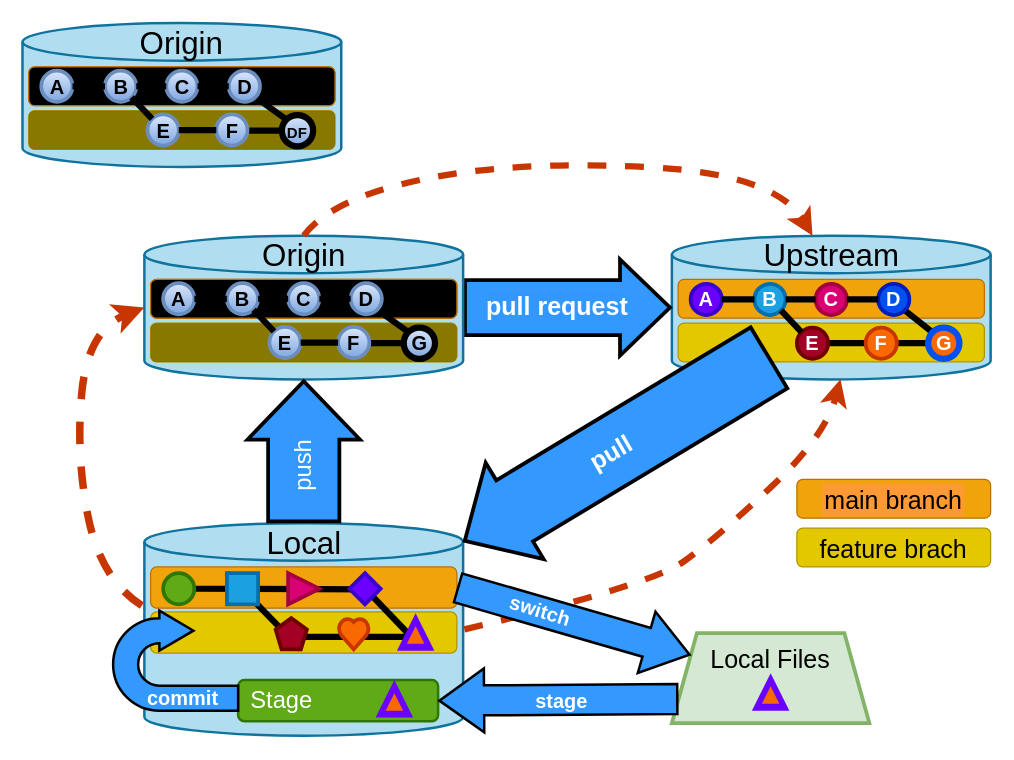
Earlier version of the draw.io diagram GitWorkflow.drawio (braughtg/GitKit-Diagrams-Test). Source tidied: cells renumbered, new cells numbered last; positions are measured from the earlier drawing's top-left corner, leaving out a move shared by most shapes. Both pictures are drawn from the tidied source at 125%, with x=0, y=0 at pixel (22, 22).
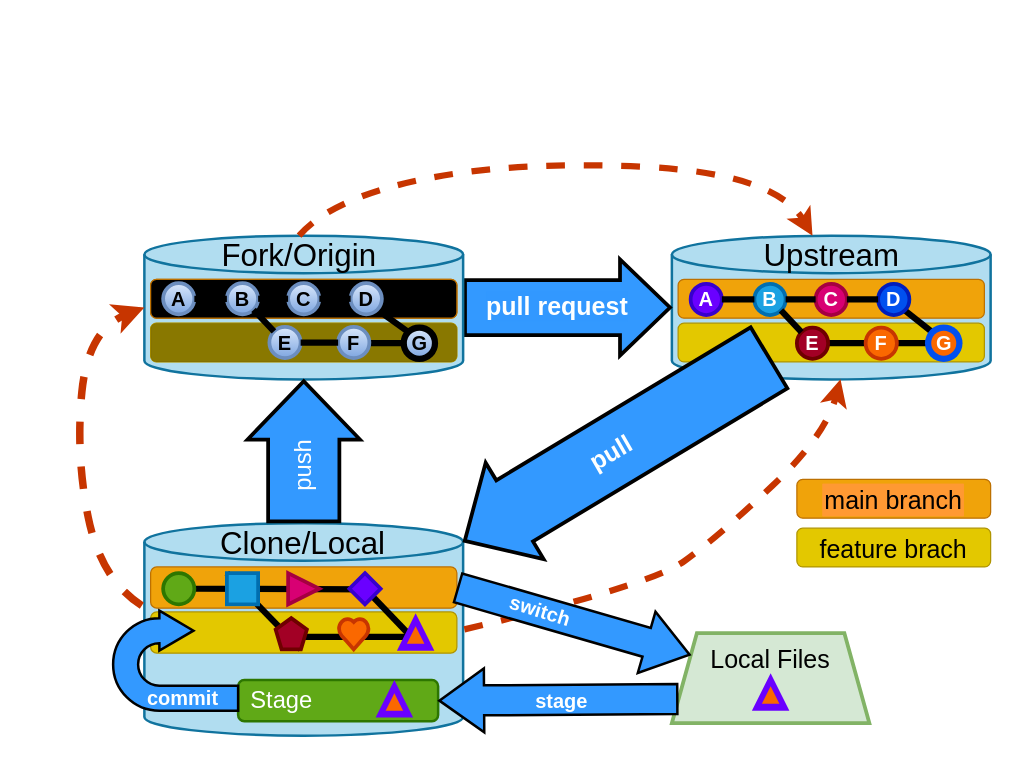
The same diagram, later.

Unchanged cells that the change refers to:
```xml
<mxCell id="24" style="shape=cylinder3;whiteSpace=wrap;html=1;boundedLbl=1;backgroundOutline=1;size=15;labelBackgroundColor=default;fillColor=#b1ddf0;strokeColor=#10739e;strokeWidth=2;" parent="1" vertex="1">
  <mxGeometry x="97" y="170" width="255" height="115" as="geometry" />
</mxCell>
```

What changed in the source:
```diff
@@
-    <mxCell id="44" value="Origin" style="text;html=1;whiteSpace=wrap;strokeColor=none;fillColor=none;align=center;verticalAlign=middle;rounded=0;fontSize=25;" parent="1" vertex="1">
-      <mxGeometry x="194.5" y="170" width="60" height="30" as="geometry" />
+    <mxCell id="44" value="Fork/Origin" style="text;html=1;whiteSpace=wrap;strokeColor=none;fillColor=none;align=center;verticalAlign=middle;rounded=0;fontSize=25;" parent="1" vertex="1">
+      <mxGeometry x="132" y="170" width="177.5" height="30" as="geometry" />
     </mxCell>
@@
-    <mxCell id="46" value="Local" style="text;html=1;whiteSpace=wrap;strokeColor=none;fillColor=none;align=center;verticalAlign=middle;rounded=0;fontSize=25;" parent="1" vertex="1">
-      <mxGeometry x="194.5" y="400" width="60" height="30" as="geometry" />
-    </mxCell>
@@
-    <mxCell id="64" style="shape=flexArrow;endArrow=classic;html=1;rounded=0;fillColor=#3399FF;width=55;endSize=14.54;endWidth=30;fontSize=20;labelBackgroundColor=light-dark(#3298ff, #ededed);fontColor=light-dark(#feffff, #ededed);fontStyle=1;textDirection=vertical-lr;strokeWidth=3;entryX=0.5;entryY=1;entryDx=0;entryDy=0;entryPerimeter=0;exitX=0.5;exitY=0;exitDx=0;exitDy=0;" parent="1" edge="1" source="46" target="24">
+    <mxCell id="64" style="shape=flexArrow;endArrow=classic;html=1;rounded=0;fillColor=#3399FF;width=55;endSize=14.54;endWidth=30;fontSize=20;labelBackgroundColor=light-dark(#3298ff, #ededed);fontColor=light-dark(#feffff, #ededed);fontStyle=1;textDirection=vertical-lr;strokeWidth=3;entryX=0.5;entryY=1;entryDx=0;entryDy=0;entryPerimeter=0;exitX=0.5;exitY=0;exitDx=0;exitDy=0;" parent="1" edge="1" target="24">
       <mxGeometry x="-0.3" y="3" relative="1" as="geometry">
+        <mxPoint x="224.5" y="400" as="sourcePoint" />
         <mxPoint x="1" as="offset" />
       </mxGeometry>
     </mxCell>
@@
-    <mxCell id="84" style="shape=cylinder3;whiteSpace=wrap;html=1;boundedLbl=1;backgroundOutline=1;size=15;labelBackgroundColor=default;fillColor=#b1ddf0;strokeColor=#10739e;strokeWidth=2;" parent="1" vertex="1">
-      <mxGeometry x="-0.5" width="255" height="115" as="geometry" />
-    </mxCell>
-    <mxCell id="85" style="group;" parent="1" vertex="1">
-      <mxGeometry x="4.5" y="35" width="245" height="66" as="geometry" />
-    </mxCell>
-    <mxCell id="86" style="rounded=1;whiteSpace=wrap;html=1;labelBackgroundColor=#FF9933;labelBorderColor=#FF9933;fillColor=#e3c800;fontColor=#000000;strokeColor=#B09500;" parent="85" vertex="1">
-      <mxGeometry y="35" width="245" height="31" as="geometry" />
-    </mxCell>
-    <mxCell id="87" style="rounded=1;whiteSpace=wrap;html=1;labelBackgroundColor=#FF9933;labelBorderColor=#FF9933;fillColor=light-dark(#000000,#000000);fontColor=#000000;strokeColor=#B09500;fillStyle=zigzag-line;opacity=40;" parent="85" vertex="1">
-      <mxGeometry y="35" width="245" height="31" as="geometry" />
-    </mxCell>
-    <mxCell id="88" style="rounded=1;whiteSpace=wrap;html=1;labelBackgroundColor=#FF9933;labelBorderColor=#FF9933;fillColor=#f0a30a;fontColor=#000000;strokeColor=#BD7000;fillStyle=solid;" parent="85" vertex="1">
-      <mxGeometry width="245" height="31" as="geometry" />
-    </mxCell>
-    <mxCell id="89" style="rounded=1;whiteSpace=wrap;html=1;labelBackgroundColor=#FF9933;labelBorderColor=#FF9933;fillColor=light-dark(#000000,#000000);fontColor=#000000;strokeColor=#BD7000;fillStyle=cross-hatch;" parent="85" vertex="1">
-      <mxGeometry width="245" height="31" as="geometry" />
-    </mxCell>
-    <mxCell id="90" style="endArrow=none;html=1;rounded=0;spacing=2;strokeWidth=5;entryX=0;entryY=0;entryDx=0;entryDy=0;exitX=1;exitY=1;exitDx=0;exitDy=0;" parent="85" edge="1" source="95" target="103">
-      <mxGeometry relative="1" as="geometry" />
-    </mxCell>
-    <mxCell id="91" style="endArrow=none;html=1;rounded=0;spacing=2;strokeWidth=5;entryX=0;entryY=0.5;entryDx=0;entryDy=0;" parent="85" edge="1" target="103">
-      <mxGeometry relative="1" as="geometry">
-        <mxPoint x="175" y="51" as="sourcePoint" />
-      </mxGeometry>
-    </mxCell>
-    <mxCell id="92" value="A" style="ellipse;whiteSpace=wrap;html=1;fillColor=#dae8fc;fontSize=16;fontStyle=1;gradientColor=#7ea6e0;strokeColor=#6c8ebf;strokeWidth=3;" parent="85" vertex="1">
-      <mxGeometry x="10" y="3" width="25" height="25" as="geometry" />
-    </mxCell>
-    <mxCell id="93" value="B" style="ellipse;whiteSpace=wrap;html=1;fillColor=#dae8fc;fontSize=16;fontStyle=1;gradientColor=#7ea6e0;strokeColor=#6c8ebf;strokeWidth=3;" parent="85" vertex="1">
-      <mxGeometry x="61" y="3" width="25" height="25" as="geometry" />
-    </mxCell>
-    <mxCell id="94" value="C" style="ellipse;whiteSpace=wrap;html=1;fillColor=#dae8fc;fontSize=16;fontStyle=1;gradientColor=#7ea6e0;strokeColor=#6c8ebf;strokeWidth=3;" parent="85" vertex="1">
-      <mxGeometry x="110" y="3" width="25" height="25" as="geometry" />
-    </mxCell>
-    <mxCell id="95" value="D" style="ellipse;whiteSpace=wrap;html=1;fillColor=#dae8fc;fontSize=16;fontStyle=1;gradientColor=#7ea6e0;strokeColor=#6c8ebf;strokeWidth=3;" parent="85" vertex="1">
-      <mxGeometry x="160" y="3" width="25" height="25" as="geometry" />
-    </mxCell>
-    <mxCell id="96" style="endArrow=none;html=1;rounded=0;spacing=2;strokeWidth=5;entryX=0;entryY=0.5;entryDx=0;entryDy=0;exitX=1;exitY=0.5;exitDx=0;exitDy=0;" parent="85" edge="1" source="94" target="95">
-      <mxGeometry relative="1" as="geometry" />
-    </mxCell>
-    <mxCell id="97" style="endArrow=none;html=1;rounded=0;spacing=2;strokeWidth=5;entryX=0;entryY=0.5;entryDx=0;entryDy=0;exitX=1;exitY=0.5;exitDx=0;exitDy=0;" parent="85" edge="1" source="93" target="94">
-      <mxGeometry relative="1" as="geometry" />
-    </mxCell>
-    <mxCell id="98" style="endArrow=none;html=1;rounded=0;spacing=2;strokeWidth=5;entryX=0;entryY=0.5;entryDx=0;entryDy=0;exitX=1;exitY=0.5;exitDx=0;exitDy=0;" parent="85" edge="1" source="92" target="93">
-      <mxGeometry relative="1" as="geometry" />
-    </mxCell>
-    <mxCell id="99" value="E" style="ellipse;whiteSpace=wrap;html=1;fillColor=#dae8fc;fontSize=16;fontStyle=1;gradientColor=#7ea6e0;strokeColor=#6c8ebf;strokeWidth=3;" parent="85" vertex="1">
-      <mxGeometry x="95" y="38" width="25" height="25" as="geometry" />
-    </mxCell>
-    <mxCell id="100" style="endArrow=none;html=1;rounded=0;spacing=2;strokeWidth=5;entryX=0;entryY=0;entryDx=0;entryDy=0;exitX=1;exitY=1;exitDx=0;exitDy=0;" parent="85" edge="1" source="93" target="99">
-      <mxGeometry relative="1" as="geometry" />
-    </mxCell>
-    <mxCell id="101" value="F" style="ellipse;whiteSpace=wrap;html=1;fillColor=#dae8fc;fontSize=16;fontStyle=1;gradientColor=#7ea6e0;strokeColor=#6c8ebf;strokeWidth=3;" parent="85" vertex="1">
-      <mxGeometry x="150" y="38" width="25" height="25" as="geometry" />
-    </mxCell>
-    <mxCell id="102" style="endArrow=none;html=1;rounded=0;spacing=2;strokeWidth=5;entryX=0;entryY=0.5;entryDx=0;entryDy=0;exitX=1;exitY=0.5;exitDx=0;exitDy=0;" parent="85" edge="1" source="99" target="101">
-      <mxGeometry relative="1" as="geometry" />
-    </mxCell>
-    <mxCell id="103" value="&lt;font style=&quot;font-size: 12px;&quot;&gt;D&lt;/font&gt;&lt;font style=&quot;font-size: 12px;&quot;&gt;F&lt;/font&gt;" style="ellipse;whiteSpace=wrap;html=1;fillColor=#dae8fc;fontSize=16;fontStyle=1;gradientColor=#7ea6e0;strokeColor=default;strokeWidth=5;" parent="85" vertex="1">
-      <mxGeometry x="202.5" y="38.5" width="25" height="25" as="geometry" />
-    </mxCell>
-    <mxCell id="104" value="Origin" style="text;html=1;whiteSpace=wrap;strokeColor=none;fillColor=none;align=center;verticalAlign=middle;rounded=0;fontSize=25;" parent="1" vertex="1">
-      <mxGeometry x="97" width="60" height="30" as="geometry" />
-    </mxCell>
+    <mxCell id="105" value="Clone/Local" style="text;html=1;whiteSpace=wrap;strokeColor=none;fillColor=none;align=center;verticalAlign=middle;rounded=0;fontSize=25;" parent="1" vertex="1">
+      <mxGeometry x="134.5" y="400" width="177.5" height="30" as="geometry" />
+    </mxCell>
```
